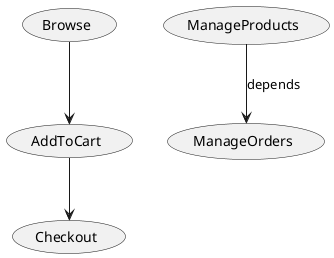
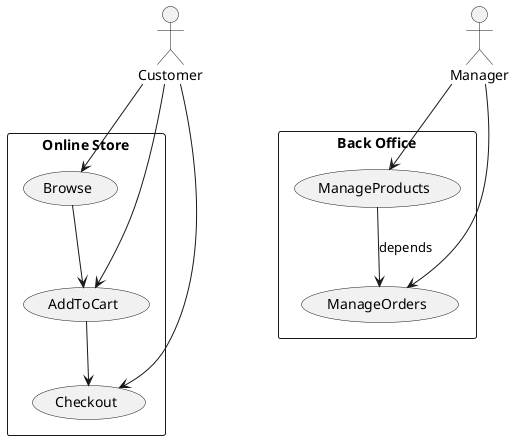
@startuml
- usecase Browse
- usecase AddToCart
- usecase Checkout
- usecase ManageProducts as MP
- usecase ManageOrders as MO
+ actor Customer
+ actor Manager
+ 
+ rectangle "Online Store" {
+   usecase Browse
+   usecase AddToCart
+   usecase Checkout
+ }
+ 
+ rectangle "Back Office" {
+   usecase ManageProducts as MP
+   usecase ManageOrders as MO
+ }
+ 
+ Customer --> Browse
+ Customer --> AddToCart
+ Customer --> Checkout
+ Manager --> MP
+ Manager --> MO
Browse --> AddToCart
AddToCart --> Checkout
MP --> MO : depends
@enduml
